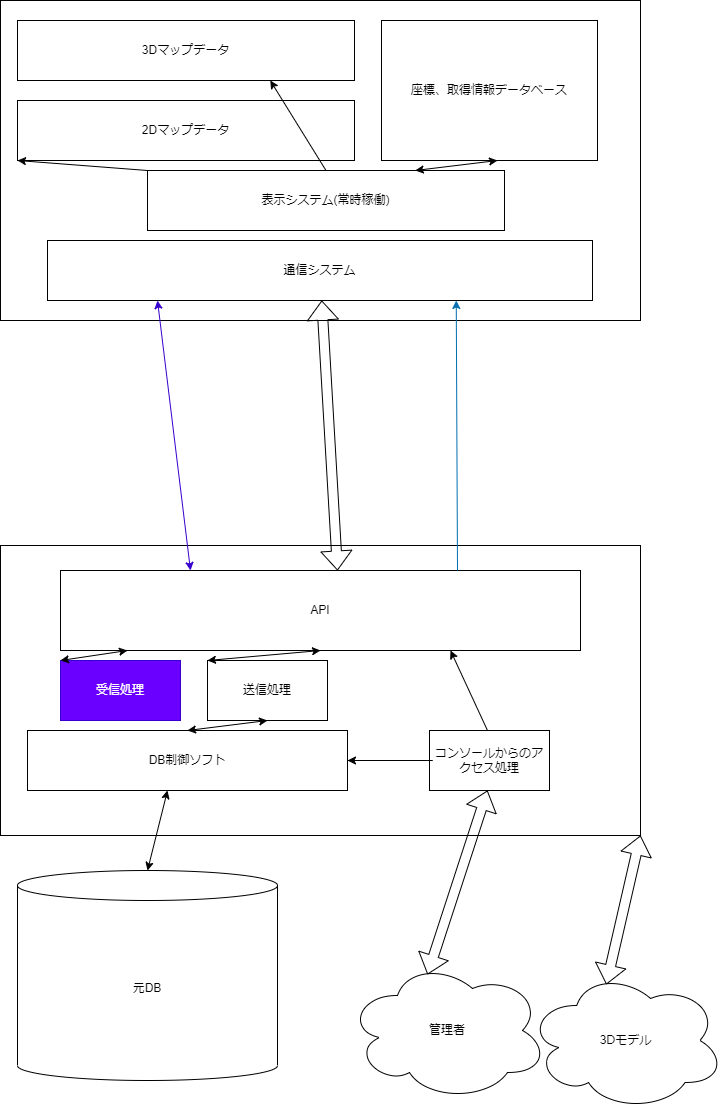
This is setting/main.drawio.png from nanten-pi/PLATEAUpront, a draw.io export, as it was before one commit. Source tidied: cells renumbered, new cells last; positions are measured from the earlier drawing's top-left corner, leaving out a move shared by most shapes.
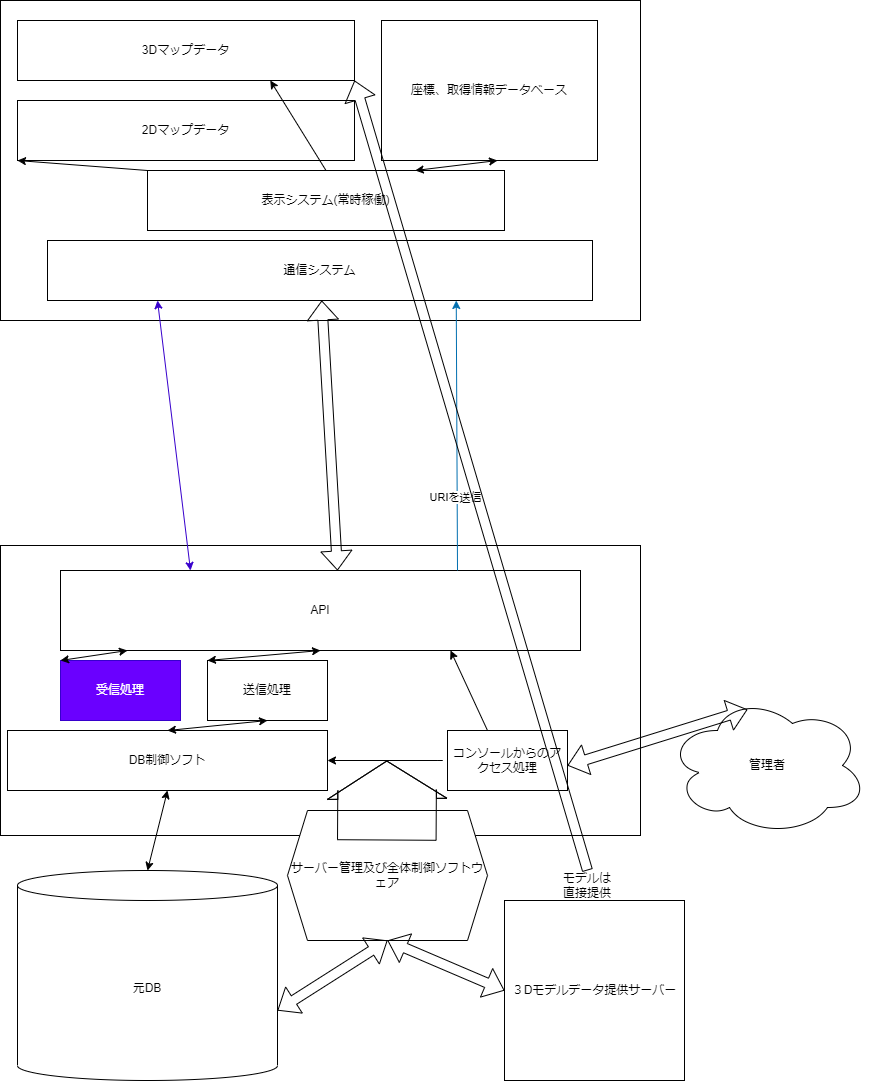
After the commit.

Change to the diagram source:
```diff
@@ -12,7 +12,7 @@
       <mxGeometry x="17" y="870" width="260" height="210" as="geometry" />
     </mxCell>
     <mxCell id="5" value="管理者" style="ellipse;shape=cloud;whiteSpace=wrap;html=1;" parent="1" vertex="1">
-      <mxGeometry x="347" y="960" width="200" height="140" as="geometry" />
+      <mxGeometry x="667" y="695" width="200" height="140" as="geometry" />
     </mxCell>
     <mxCell id="6" value="3Dマップデータ" style="rounded=0;whiteSpace=wrap;html=1;" parent="1" vertex="1">
       <mxGeometry x="17" y="20" width="337" height="60" as="geometry" />
@@ -33,7 +33,7 @@
       <mxGeometry x="60" y="570" width="520" height="80" as="geometry" />
     </mxCell>
     <mxCell id="12" value="DB制御ソフト" style="rounded=0;whiteSpace=wrap;html=1;" parent="1" vertex="1">
-      <mxGeometry x="27" y="730" width="320" height="60" as="geometry" />
+      <mxGeometry x="7" y="730" width="320" height="60" as="geometry" />
     </mxCell>
     <mxCell id="13" value="受信処理" style="rounded=0;whiteSpace=wrap;html=1;fillColor=#6a00ff;fontColor=#ffffff;strokeColor=#3700CC;" parent="1" vertex="1">
       <mxGeometry x="60" y="660" width="120" height="60" as="geometry" />
@@ -42,19 +42,18 @@
       <mxGeometry x="207" y="660" width="120" height="60" as="geometry" />
     </mxCell>
     <mxCell id="15" value="コンソールからのアクセス処理" style="rounded=0;whiteSpace=wrap;html=1;" parent="1" vertex="1">
-      <mxGeometry x="429" y="730" width="120" height="60" as="geometry" />
+      <mxGeometry x="447" y="730" width="120" height="60" as="geometry" />
     </mxCell>
     <mxCell id="16" style="endArrow=classic;startArrow=classic;html=1;exitX=0.5;exitY=0;exitDx=0;exitDy=0;exitPerimeter=0;" parent="1" edge="1" source="4">
       <mxGeometry relative="1" as="geometry">
         <mxPoint x="167" y="790" as="targetPoint" />
       </mxGeometry>
     </mxCell>
-    <mxCell id="17" style="endArrow=classic;html=1;" parent="1" edge="1">
+    <mxCell id="17" style="endArrow=classic;html=1;entryX=1;entryY=0.5;entryDx=0;entryDy=0;" parent="1" edge="1" target="12">
       <mxGeometry relative="1" as="geometry">
         <mxPoint x="347" y="760" as="sourcePoint" />
-        <mxPoint x="347" y="760" as="targetPoint" />
         <Array as="points">
-          <mxPoint x="437" y="760" />
+          <mxPoint x="447" y="760" />
         </Array>
       </mxGeometry>
     </mxCell>
@@ -85,7 +84,7 @@
     </mxCell>
     <mxCell id="23" style="shape=flexArrow;endArrow=classic;startArrow=classic;html=1;exitX=0.4;exitY=0.1;exitDx=0;exitDy=0;exitPerimeter=0;" parent="1" edge="1" source="5">
       <mxGeometry relative="1" as="geometry">
-        <mxPoint x="487" y="790" as="targetPoint" />
+        <mxPoint x="567" y="765" as="targetPoint" />
       </mxGeometry>
     </mxCell>
     <mxCell id="24" style="endArrow=classic;startArrow=classic;html=1;exitX=0.75;exitY=0;exitDx=0;exitDy=0;" parent="1" edge="1" source="9">
@@ -109,11 +108,44 @@
         <mxPoint x="457" y="570" as="sourcePoint" />
       </mxGeometry>
     </mxCell>
-    <mxCell id="29" value="3Ⅾモデル" style="ellipse;shape=cloud;whiteSpace=wrap;html=1;" parent="1" vertex="1">
-      <mxGeometry x="527" y="970" width="197" height="140" as="geometry" />
-    </mxCell>
+    <mxCell id="31" value="URIを送信&lt;br&gt;" style="edgeLabel;html=1;align=center;verticalAlign=middle;" parent="28" vertex="1">
+      <mxGeometry x="-0.46" y="2" relative="1" as="geometry">
+        <mxPoint y="-1" as="offset" />
+      </mxGeometry>
+    </mxCell>
-    <mxCell id="30" style="shape=flexArrow;endArrow=classic;startArrow=classic;html=1;exitX=0.4;exitY=0.1;exitDx=0;exitDy=0;exitPerimeter=0;entryX=1;entryY=1;entryDx=0;entryDy=0;" parent="1" edge="1" source="29" target="3">
+    <mxCell id="30" style="shape=flexArrow;endArrow=classic;startArrow=none;html=1;exitX=0.5;exitY=0;exitDx=0;exitDy=0;entryX=1;entryY=1;entryDx=0;entryDy=0;" parent="1" edge="1" source="35" target="6">
       <mxGeometry relative="1" as="geometry" />
     </mxCell>
+    <mxCell id="32" value="３Dモデルデータ提供サーバー" style="whiteSpace=wrap;html=1;" parent="1" vertex="1">
+      <mxGeometry x="504" y="900" width="180" height="180" as="geometry" />
+    </mxCell>
+    <mxCell id="33" value="サーバー管理及び全体制御ソフトウェア" style="shape=hexagon;perimeter=hexagonPerimeter2;whiteSpace=wrap;html=1;fixedSize=1;" parent="1" vertex="1">
+      <mxGeometry x="287" y="810" width="200" height="130" as="geometry" />
+    </mxCell>
+    <mxCell id="34" style="edgeStyle=none;html=1;" parent="1" edge="1" source="35" target="32">
+      <mxGeometry relative="1" as="geometry" />
+    </mxCell>
+    <mxCell id="35" value="モデルは直接提供" style="text;html=1;strokeColor=none;fillColor=none;align=center;verticalAlign=middle;whiteSpace=wrap;rounded=0;" parent="1" vertex="1">
+      <mxGeometry x="557" y="870" width="60" height="30" as="geometry" />
+    </mxCell>
+    <mxCell id="36" style="shape=flexArrow;endArrow=classic;startArrow=classic;html=1;entryX=0.5;entryY=1;entryDx=0;entryDy=0;" parent="1" edge="1" target="33">
+      <mxGeometry relative="1" as="geometry">
+        <mxPoint x="277" y="1010" as="sourcePoint" />
+      </mxGeometry>
+    </mxCell>
+    <mxCell id="37" style="shape=flexArrow;endArrow=classic;startArrow=classic;html=1;entryX=0;entryY=0.5;entryDx=0;entryDy=0;" parent="1" edge="1" target="32">
+      <mxGeometry relative="1" as="geometry">
+        <mxPoint x="387" y="940" as="sourcePoint" />
+      </mxGeometry>
+    </mxCell>
+    <mxCell id="38" style="shape=flexArrow;endArrow=classic;html=1;width=98.57142857142858;endSize=12.285714285714286;" parent="1" edge="1">
+      <mxGeometry relative="1" as="geometry">
+        <mxPoint x="386.3" y="840" as="sourcePoint" />
+        <mxPoint x="386.3" y="760" as="targetPoint" />
+        <Array as="points">
+          <mxPoint x="386.6" y="790" />
+        </Array>
+      </mxGeometry>
+    </mxCell>
   </root>
 </mxGraphModel>
```
